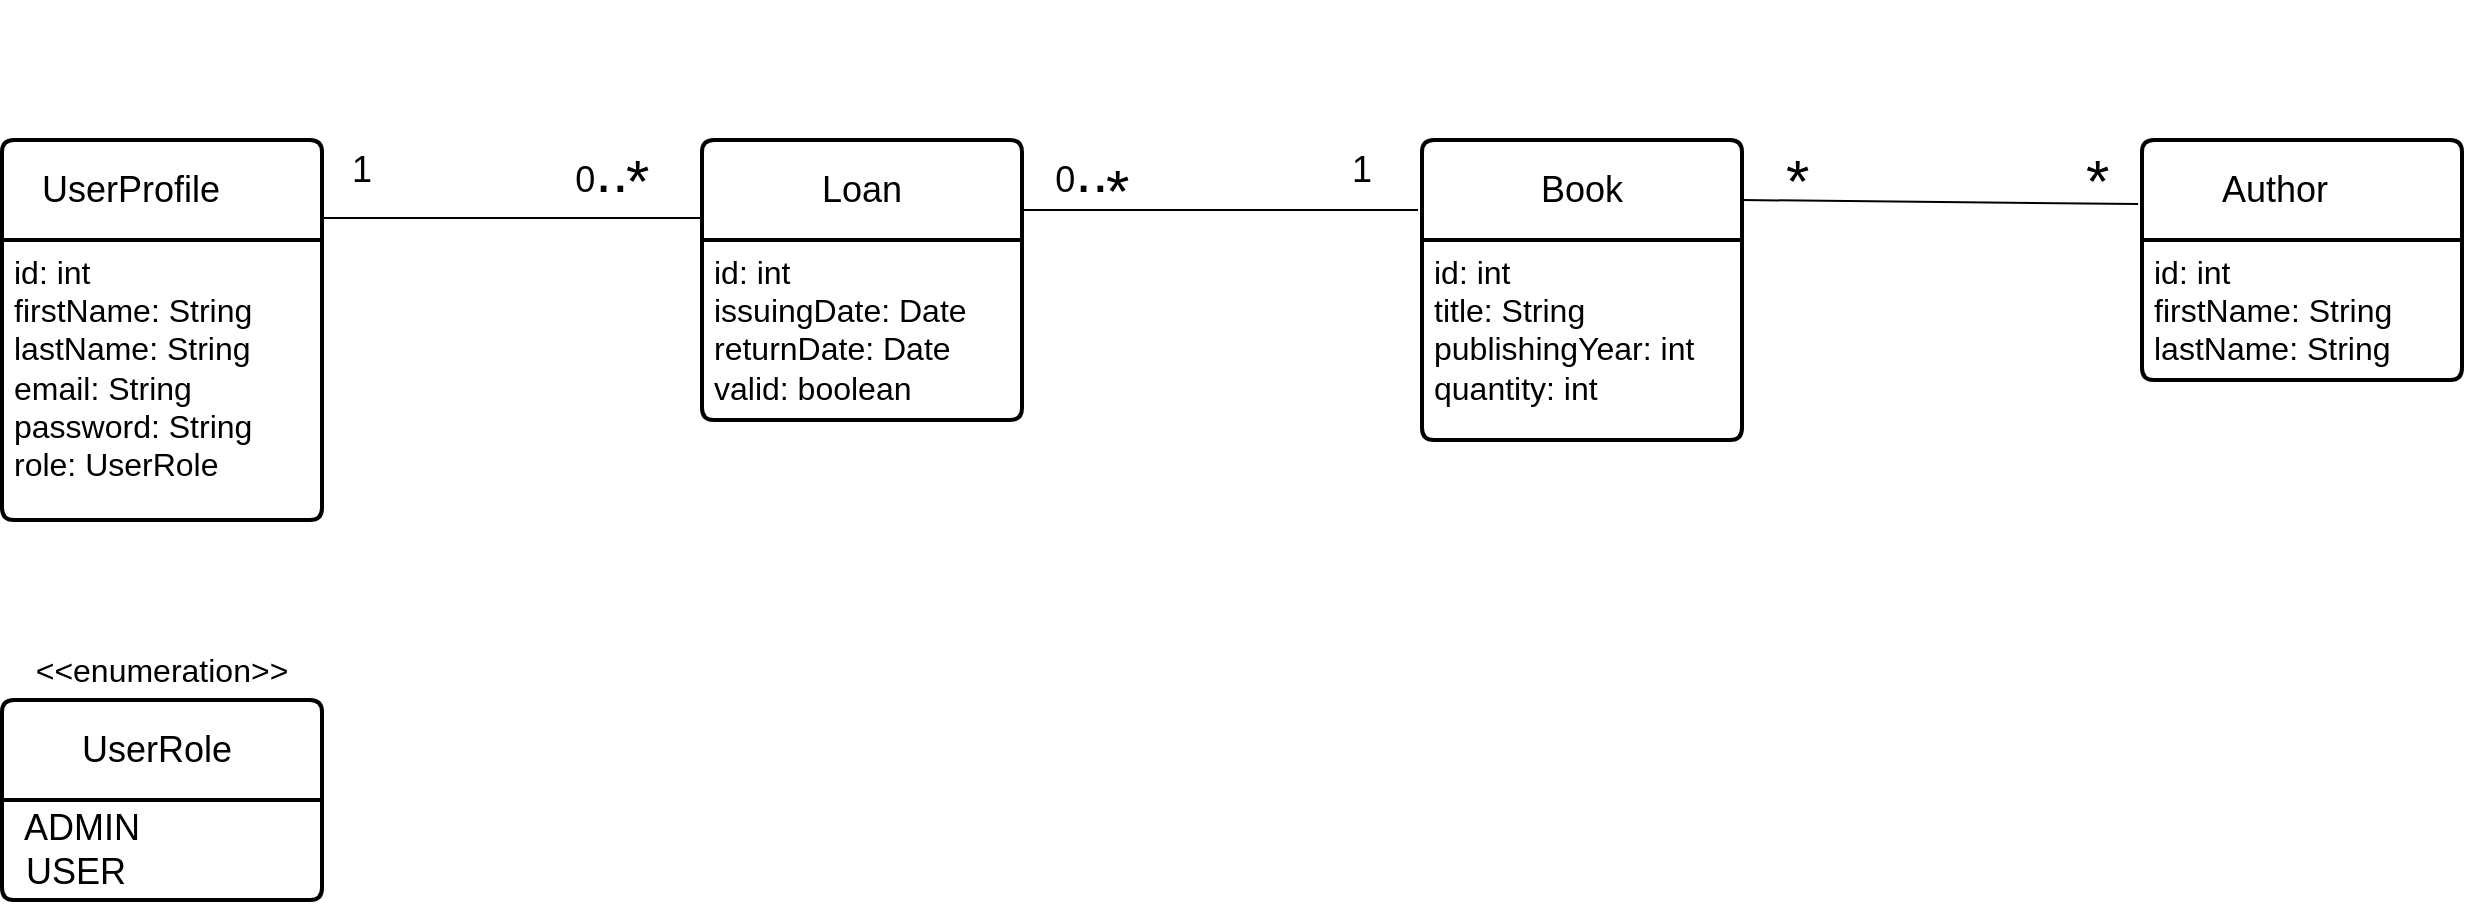
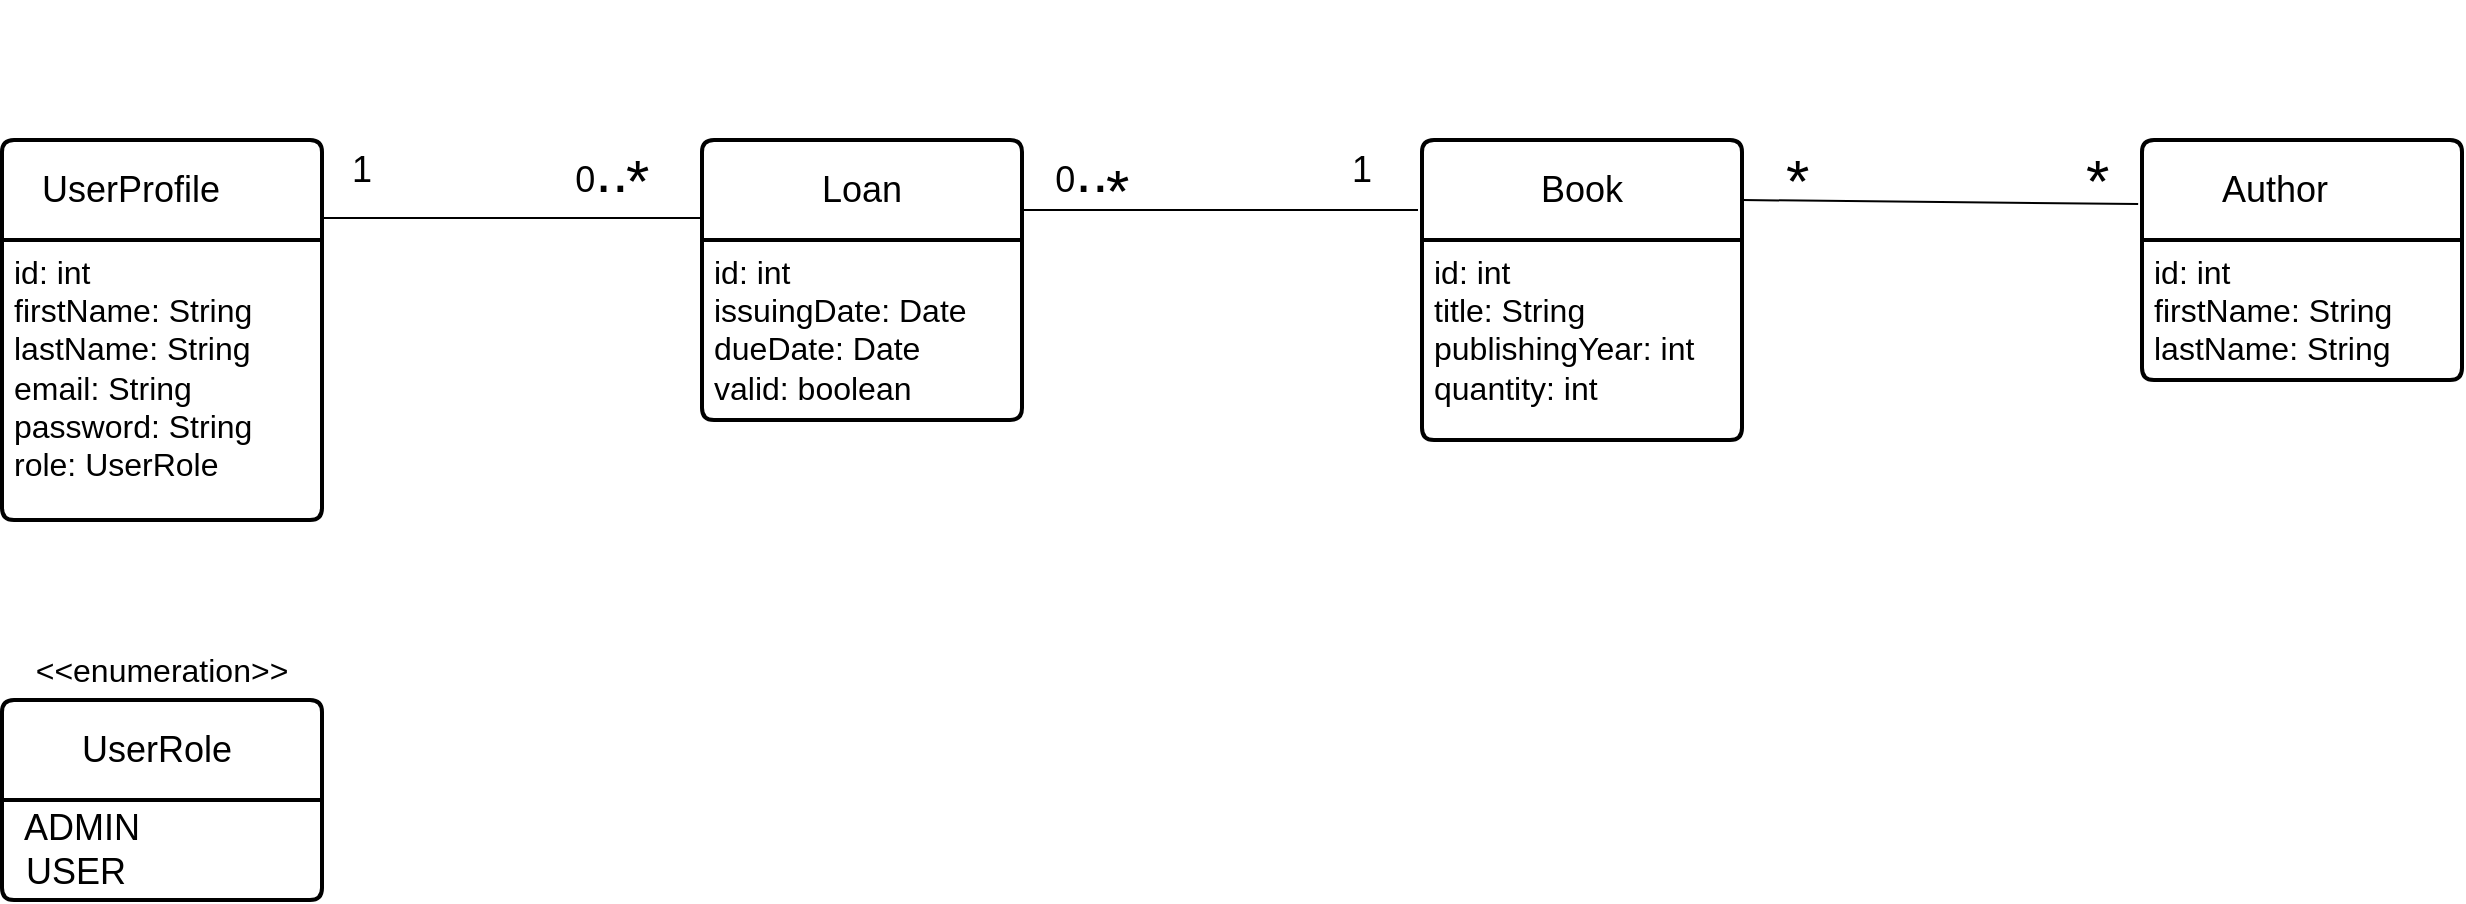
<mxfile host="app.diagrams.net">
  <diagram name="Page-1" id="fz4b9T91Zed7MpqCTK6v">
    <mxGraphModel dx="1710" dy="517" grid="1" gridSize="10" guides="1" tooltips="1" connect="1" arrows="1" fold="1" page="1" pageScale="1" pageWidth="850" pageHeight="1100" math="0" shadow="0">
      <root>
        <mxCell id="0" />
        <mxCell id="1" parent="0" />
        <mxCell id="JrO8-TuVvLF3tg5xWnUA-1" parent="1" style="swimlane;childLayout=stackLayout;horizontal=1;startSize=50;horizontalStack=0;rounded=1;fontSize=14;fontStyle=0;strokeWidth=2;resizeParent=0;resizeLast=1;shadow=0;dashed=0;align=center;arcSize=4;whiteSpace=wrap;html=1;" value="&lt;font style=&quot;font-size: 18px;&quot;&gt;Author&lt;span style=&quot;white-space: pre;&quot;&gt;&#x9;&lt;/span&gt;&lt;/font&gt;" vertex="1">
          <mxGeometry height="120" width="160" x="670" y="340" as="geometry" />
        </mxCell>
        <mxCell id="JrO8-TuVvLF3tg5xWnUA-2" parent="JrO8-TuVvLF3tg5xWnUA-1" style="align=left;strokeColor=none;fillColor=none;spacingLeft=4;spacingRight=4;fontSize=12;verticalAlign=top;resizable=0;rotatable=0;part=1;html=1;whiteSpace=wrap;" value="&lt;font style=&quot;font-size: 16px;&quot;&gt;id: int&lt;/font&gt;&lt;div&gt;&lt;font style=&quot;&quot; size=&quot;3&quot;&gt;firstName: String&lt;/font&gt;&lt;/div&gt;&lt;div&gt;&lt;font style=&quot;&quot; size=&quot;3&quot;&gt;lastName: String&lt;/font&gt;&lt;/div&gt;" vertex="1">
          <mxGeometry height="70" width="160" y="50" as="geometry" />
        </mxCell>
        <mxCell id="JrO8-TuVvLF3tg5xWnUA-12" parent="1" style="swimlane;childLayout=stackLayout;horizontal=1;startSize=50;horizontalStack=0;rounded=1;fontSize=14;fontStyle=0;strokeWidth=2;resizeParent=0;resizeLast=1;shadow=0;dashed=0;align=center;arcSize=4;whiteSpace=wrap;html=1;" value="&lt;font style=&quot;font-size: 18px;&quot;&gt;Book&lt;/font&gt;" vertex="1">
          <mxGeometry height="150" width="160" x="310" y="340" as="geometry" />
        </mxCell>
        <mxCell id="JrO8-TuVvLF3tg5xWnUA-13" parent="JrO8-TuVvLF3tg5xWnUA-12" style="align=left;strokeColor=none;fillColor=none;spacingLeft=4;spacingRight=4;fontSize=12;verticalAlign=top;resizable=0;rotatable=0;part=1;html=1;whiteSpace=wrap;dashed=1;" value="&lt;font style=&quot;font-size: 16px;&quot;&gt;id: int&lt;/font&gt;&lt;div&gt;&lt;font size=&quot;3&quot;&gt;title: String&lt;br&gt;publishingYear: int&lt;/font&gt;&lt;/div&gt;&lt;div&gt;&lt;font size=&quot;3&quot;&gt;quantity: int&lt;/font&gt;&lt;/div&gt;" vertex="1">
          <mxGeometry height="100" width="160" y="50" as="geometry" />
        </mxCell>
        <mxCell id="JrO8-TuVvLF3tg5xWnUA-18" edge="1" parent="1" style="endArrow=none;html=1;rounded=0;entryX=-0.012;entryY=0.35;entryDx=0;entryDy=0;entryPerimeter=0;" value="">
          <mxGeometry relative="1" as="geometry">
            <Array as="points" />
            <mxPoint x="470" y="370" as="sourcePoint" />
            <mxPoint x="668.0799999999999" y="372" as="targetPoint" />
          </mxGeometry>
        </mxCell>
        <mxCell id="JrO8-TuVvLF3tg5xWnUA-19" connectable="0" parent="JrO8-TuVvLF3tg5xWnUA-18" style="resizable=0;html=1;whiteSpace=wrap;align=left;verticalAlign=bottom;" value="&lt;font style=&quot;font-size: 30px;&quot;&gt;&amp;nbsp; &amp;nbsp; *&lt;/font&gt;" vertex="1">
          <mxGeometry relative="1" x="-1" as="geometry">
            <mxPoint x="20" y="10" as="offset" />
          </mxGeometry>
        </mxCell>
        <mxCell id="JrO8-TuVvLF3tg5xWnUA-25" parent="1" style="swimlane;childLayout=stackLayout;horizontal=1;startSize=50;horizontalStack=0;rounded=1;fontSize=14;fontStyle=0;strokeWidth=2;resizeParent=0;resizeLast=1;shadow=0;dashed=0;align=center;arcSize=4;whiteSpace=wrap;html=1;" value="&lt;font style=&quot;font-size: 18px;&quot;&gt;Loan&lt;/font&gt;" vertex="1">
          <mxGeometry height="140" width="160" x="-50" y="340" as="geometry" />
        </mxCell>
-         <mxCell id="JrO8-TuVvLF3tg5xWnUA-26" parent="JrO8-TuVvLF3tg5xWnUA-25" style="align=left;strokeColor=none;fillColor=none;spacingLeft=4;spacingRight=4;fontSize=12;verticalAlign=top;resizable=0;rotatable=0;part=1;html=1;whiteSpace=wrap;dashed=1;" value="&lt;font style=&quot;font-size: 16px;&quot;&gt;id: int&lt;/font&gt;&lt;div&gt;&lt;font size=&quot;3&quot;&gt;issuingDate: Date&lt;/font&gt;&lt;/div&gt;&lt;div&gt;&lt;font size=&quot;3&quot;&gt;returnDate: Date&lt;/font&gt;&lt;/div&gt;&lt;div&gt;&lt;font size=&quot;3&quot;&gt;valid: boolean&lt;/font&gt;&lt;/div&gt;" vertex="1">
+         <mxCell id="JrO8-TuVvLF3tg5xWnUA-26" parent="JrO8-TuVvLF3tg5xWnUA-25" style="align=left;strokeColor=none;fillColor=none;spacingLeft=4;spacingRight=4;fontSize=12;verticalAlign=top;resizable=0;rotatable=0;part=1;html=1;whiteSpace=wrap;dashed=1;" value="&lt;font style=&quot;font-size: 16px;&quot;&gt;id: int&lt;/font&gt;&lt;div&gt;&lt;font size=&quot;3&quot;&gt;issuingDate: Date&lt;/font&gt;&lt;/div&gt;&lt;div&gt;&lt;font size=&quot;3&quot;&gt;dueDate: Date&lt;/font&gt;&lt;/div&gt;&lt;div&gt;&lt;font size=&quot;3&quot;&gt;valid: boolean&lt;/font&gt;&lt;/div&gt;" vertex="1">
          <mxGeometry height="90" width="160" y="50" as="geometry" />
        </mxCell>
        <mxCell id="JrO8-TuVvLF3tg5xWnUA-27" parent="1" style="text;html=1;whiteSpace=wrap;strokeColor=none;fillColor=none;align=center;verticalAlign=middle;rounded=0;" value="&lt;font style=&quot;font-size: 18px;&quot;&gt;1&lt;/font&gt;" vertex="1">
          <mxGeometry height="30" width="60" x="250" y="340" as="geometry" />
        </mxCell>
        <mxCell id="JrO8-TuVvLF3tg5xWnUA-28" parent="1" style="text;html=1;whiteSpace=wrap;strokeColor=none;fillColor=none;align=center;verticalAlign=middle;rounded=0;" value="&lt;font style=&quot;font-size: 18px;&quot;&gt;0&lt;/font&gt;&lt;font style=&quot;font-size: 30px;&quot;&gt;..&lt;/font&gt;" vertex="1">
          <mxGeometry height="30" width="60" x="110" y="340" as="geometry" />
        </mxCell>
        <mxCell id="JrO8-TuVvLF3tg5xWnUA-32" edge="1" parent="1" source="JrO8-TuVvLF3tg5xWnUA-25" style="endArrow=none;html=1;rounded=0;exitX=1;exitY=0.25;exitDx=0;exitDy=0;" value="">
          <mxGeometry relative="1" as="geometry">
            <Array as="points" />
            <mxPoint x="110" y="370" as="sourcePoint" />
            <mxPoint x="308" y="375" as="targetPoint" />
          </mxGeometry>
        </mxCell>
        <mxCell id="JrO8-TuVvLF3tg5xWnUA-33" connectable="0" parent="JrO8-TuVvLF3tg5xWnUA-32" style="resizable=0;html=1;whiteSpace=wrap;align=left;verticalAlign=bottom;" value="&lt;font style=&quot;font-size: 30px;&quot;&gt;&amp;nbsp; &amp;nbsp; *&lt;/font&gt;" vertex="1">
          <mxGeometry relative="1" x="-1" as="geometry">
            <mxPoint x="40" y="10" as="offset" />
          </mxGeometry>
        </mxCell>
        <mxCell id="JrO8-TuVvLF3tg5xWnUA-34" connectable="0" parent="1" style="resizable=0;html=1;whiteSpace=wrap;align=left;verticalAlign=bottom;" value="&lt;font style=&quot;font-size: 30px;&quot;&gt;&amp;nbsp; &amp;nbsp; *&lt;/font&gt;" vertex="1">
          <mxGeometry x="640" y="380" as="geometry" />
        </mxCell>
        <mxCell id="JrO8-TuVvLF3tg5xWnUA-35" edge="1" parent="1" style="endArrow=none;html=1;rounded=0;entryX=-0.012;entryY=0.35;entryDx=0;entryDy=0;entryPerimeter=0;" value="">
          <mxGeometry relative="1" as="geometry">
            <Array as="points" />
            <mxPoint x="-240" y="379" as="sourcePoint" />
            <mxPoint x="-50.00000000000007" y="379" as="targetPoint" />
          </mxGeometry>
        </mxCell>
        <mxCell id="JrO8-TuVvLF3tg5xWnUA-37" parent="1" style="text;html=1;whiteSpace=wrap;strokeColor=none;fillColor=none;align=center;verticalAlign=middle;rounded=0;" value="&lt;font style=&quot;font-size: 18px;&quot;&gt;0&lt;/font&gt;&lt;font style=&quot;font-size: 30px;&quot;&gt;..&lt;/font&gt;" vertex="1">
          <mxGeometry height="30" width="60" x="-130" y="340" as="geometry" />
        </mxCell>
        <mxCell id="JrO8-TuVvLF3tg5xWnUA-41" connectable="0" parent="1" style="resizable=0;html=1;whiteSpace=wrap;align=left;verticalAlign=bottom;direction=south;" value="&lt;font style=&quot;font-size: 30px;&quot;&gt;&amp;nbsp; &amp;nbsp; *&lt;/font&gt;" vertex="1">
          <mxGeometry x="-90" y="380" as="geometry" />
        </mxCell>
        <mxCell id="JrO8-TuVvLF3tg5xWnUA-43" parent="1" style="text;html=1;whiteSpace=wrap;strokeColor=none;fillColor=none;align=center;verticalAlign=middle;rounded=0;" value="&lt;font style=&quot;font-size: 18px;&quot;&gt;1&lt;/font&gt;" vertex="1">
          <mxGeometry height="30" width="60" x="-250" y="340" as="geometry" />
        </mxCell>
        <mxCell id="JrO8-TuVvLF3tg5xWnUA-44" parent="1" style="swimlane;childLayout=stackLayout;horizontal=1;startSize=50;horizontalStack=0;rounded=1;fontSize=14;fontStyle=0;strokeWidth=2;resizeParent=0;resizeLast=1;shadow=0;dashed=0;align=center;arcSize=4;whiteSpace=wrap;html=1;" value="&lt;font style=&quot;font-size: 18px;&quot;&gt;UserProfile&lt;span style=&quot;white-space: pre;&quot;&gt;&#x9;&lt;/span&gt;&lt;/font&gt;" vertex="1">
          <mxGeometry height="190" width="160" x="-400" y="340" as="geometry" />
        </mxCell>
        <mxCell id="JrO8-TuVvLF3tg5xWnUA-45" parent="JrO8-TuVvLF3tg5xWnUA-44" style="align=left;strokeColor=none;fillColor=none;spacingLeft=4;spacingRight=4;fontSize=12;verticalAlign=top;resizable=0;rotatable=0;part=1;html=1;whiteSpace=wrap;dashed=1;" value="&lt;font style=&quot;font-size: 16px;&quot;&gt;id: int&lt;/font&gt;&lt;div&gt;&lt;font size=&quot;3&quot;&gt;firstName: String&lt;/font&gt;&lt;/div&gt;&lt;div&gt;&lt;font size=&quot;3&quot;&gt;lastName: String&lt;/font&gt;&lt;/div&gt;&lt;div&gt;&lt;font size=&quot;3&quot;&gt;email: String&lt;br&gt;password: String&lt;/font&gt;&lt;/div&gt;&lt;div&gt;&lt;font size=&quot;3&quot;&gt;role: UserRole&lt;/font&gt;&lt;/div&gt;" vertex="1">
          <mxGeometry height="140" width="160" y="50" as="geometry" />
        </mxCell>
        <mxCell id="JrO8-TuVvLF3tg5xWnUA-47" parent="1" style="swimlane;childLayout=stackLayout;horizontal=1;startSize=50;horizontalStack=0;rounded=1;fontSize=14;fontStyle=0;strokeWidth=2;resizeParent=0;resizeLast=1;shadow=0;dashed=0;align=center;arcSize=4;whiteSpace=wrap;html=1;" value="&lt;font style=&quot;font-size: 18px;&quot;&gt;UserRole&lt;span style=&quot;white-space: pre;&quot;&gt;&#x9;&lt;/span&gt;&lt;/font&gt;" vertex="1">
          <mxGeometry height="100" width="160" x="-400" y="620" as="geometry" />
        </mxCell>
        <mxCell id="JrO8-TuVvLF3tg5xWnUA-50" parent="JrO8-TuVvLF3tg5xWnUA-47" style="text;html=1;whiteSpace=wrap;strokeColor=none;fillColor=none;align=left;verticalAlign=middle;rounded=0;" value="&lt;font style=&quot;font-size: 18px;&quot;&gt;&amp;nbsp; ADMIN&lt;/font&gt;&lt;div&gt;&lt;font style=&quot;font-size: 18px;&quot;&gt;&amp;nbsp; USER&lt;/font&gt;&lt;/div&gt;" vertex="1">
          <mxGeometry height="50" width="160" y="50" as="geometry" />
        </mxCell>
        <mxCell id="JrO8-TuVvLF3tg5xWnUA-51" parent="1" style="text;html=1;whiteSpace=wrap;strokeColor=none;fillColor=none;align=center;verticalAlign=middle;rounded=0;" value="&lt;font style=&quot;font-size: 16px;&quot;&gt;&amp;lt;&amp;lt;enumeration&amp;gt;&amp;gt;&lt;/font&gt;" vertex="1">
          <mxGeometry height="30" width="60" x="-350" y="590" as="geometry" />
        </mxCell>
      </root>
    </mxGraphModel>
  </diagram>
</mxfile>
